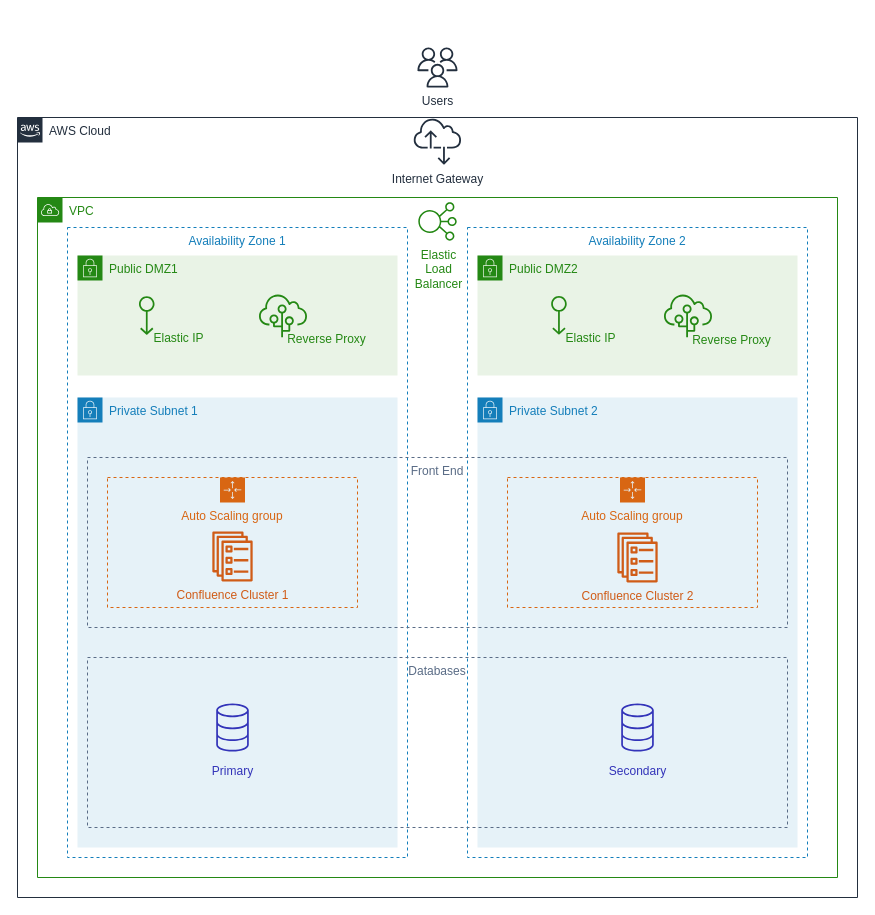
Before: eCritic.drawio in RamonSerraVasconcelos/eCritic-architecture-diagram, a draw.io diagram. Source tidied: cells renumbered, new cells numbered last; positions are measured from the earlier drawing's top-left corner, leaving out a move shared by most shapes. Both pictures are drawn from the tidied source at 100%, with x=0, y=0 at pixel (17, 47).
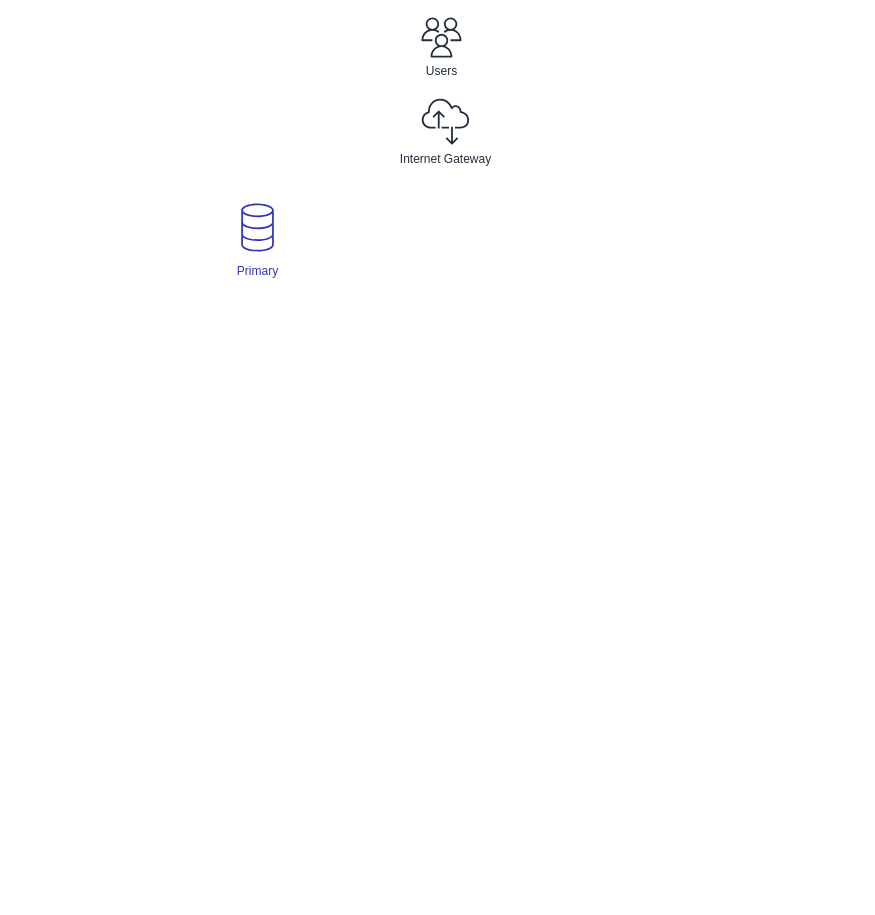
After the change.

What changed in the source:
```diff
@@
-    <mxCell id="2" value="AWS Cloud" style="gradientColor=none;html=1;whiteSpace=wrap;fontSize=12;fontStyle=0;shape=mxgraph.aws4.group;grIcon=mxgraph.aws4.group_aws_cloud_alt;strokeColor=#232F3E;verticalAlign=top;align=left;spacingLeft=30;fontColor=#232F3E;dashed=0;fillColor=none;" parent="1" vertex="1">
-      <mxGeometry y="70" width="840" height="780" as="geometry" />
-    </mxCell>
-    <mxCell id="3" value="VPC" style="gradientColor=none;html=1;whiteSpace=wrap;fontSize=12;fontStyle=0;shape=mxgraph.aws4.group;grIcon=mxgraph.aws4.group_vpc;strokeColor=#248814;fillColor=none;verticalAlign=top;align=left;spacingLeft=30;dashed=0;fontColor=#248814;" parent="1" vertex="1">
-      <mxGeometry x="20" y="150" width="800" height="680" as="geometry" />
-    </mxCell>
-    <mxCell id="4" value="Availability Zone 1" style="strokeColor=#147EBA;dashed=1;verticalAlign=top;fontStyle=0;fontColor=#147EBA;" parent="1" vertex="1">
-      <mxGeometry x="50" y="180" width="340" height="630" as="geometry" />
-    </mxCell>
-    <mxCell id="5" value="Availability Zone 2" style="strokeColor=#147EBA;dashed=1;verticalAlign=top;fontStyle=0;fontColor=#147EBA;" parent="1" vertex="1">
-      <mxGeometry x="450" y="180" width="340" height="630" as="geometry" />
-    </mxCell>
-    <mxCell id="6" value="Public DMZ1" style="gradientColor=none;html=1;whiteSpace=wrap;fontSize=12;fontStyle=0;shape=mxgraph.aws4.group;grIcon=mxgraph.aws4.group_security_group;grStroke=0;strokeColor=#248814;fillColor=#E9F3E6;verticalAlign=top;align=left;spacingLeft=30;fontColor=#248814;dashed=0;" parent="1" vertex="1">
-      <mxGeometry x="60" y="208" width="320" height="120" as="geometry" />
-    </mxCell>
-    <mxCell id="7" value="Public DMZ2" style="gradientColor=none;html=1;whiteSpace=wrap;fontSize=12;fontStyle=0;shape=mxgraph.aws4.group;grIcon=mxgraph.aws4.group_security_group;grStroke=0;strokeColor=#248814;fillColor=#E9F3E6;verticalAlign=top;align=left;spacingLeft=30;fontColor=#248814;dashed=0;" parent="1" vertex="1">
-      <mxGeometry x="460" y="208" width="320" height="120" as="geometry" />
-    </mxCell>
-    <mxCell id="8" value="Private Subnet 1" style="gradientColor=none;html=1;whiteSpace=wrap;fontSize=12;fontStyle=0;shape=mxgraph.aws4.group;grIcon=mxgraph.aws4.group_security_group;grStroke=0;strokeColor=#147EBA;fillColor=#E6F2F8;verticalAlign=top;align=left;spacingLeft=30;fontColor=#147EBA;dashed=0;" parent="1" vertex="1">
-      <mxGeometry x="60" y="350" width="320" height="450" as="geometry" />
-    </mxCell>
-    <mxCell id="9" value="Private Subnet 2" style="gradientColor=none;html=1;whiteSpace=wrap;fontSize=12;fontStyle=0;shape=mxgraph.aws4.group;grIcon=mxgraph.aws4.group_security_group;grStroke=0;strokeColor=#147EBA;fillColor=#E6F2F8;verticalAlign=top;align=left;spacingLeft=30;fontColor=#147EBA;dashed=0;" parent="1" vertex="1">
-      <mxGeometry x="460" y="350" width="320" height="450" as="geometry" />
-    </mxCell>
-    <mxCell id="10" value="Auto Scaling group" style="gradientColor=none;html=1;whiteSpace=wrap;fontSize=12;fontStyle=0;shape=mxgraph.aws4.groupCenter;grIcon=mxgraph.aws4.group_auto_scaling_group;grStroke=1;strokeColor=#D86613;fillColor=none;verticalAlign=top;align=center;fontColor=#D86613;dashed=1;spacingTop=25;" parent="1" vertex="1">
-      <mxGeometry x="90" y="430" width="250" height="130" as="geometry" />
-    </mxCell>
-    <mxCell id="11" value="Elastic&lt;br&gt;Load&lt;br&gt;Balancer" style="strokeColor=#248814;dashed=0;verticalLabelPosition=bottom;verticalAlign=middle;align=center;html=1;fontSize=12;fontStyle=0;shape=mxgraph.aws4.resourceIcon;resIcon=mxgraph.aws4.elastic_load_balancing;fillColor=none;spacingLeft=2;fontColor=#248814;textDirection=ltr;" parent="1" vertex="1">
-      <mxGeometry x="396" y="150" width="48" height="48" as="geometry" />
-    </mxCell>
-    <mxCell id="12" value="Confluence Cluster 1" style="gradientColor=none;fillColor=#D05C17;strokeColor=none;dashed=0;verticalLabelPosition=bottom;verticalAlign=top;align=center;html=1;fontSize=12;fontStyle=0;shape=mxgraph.aws4.ecs_service;fontColor=#D05C17;" parent="1" vertex="1">
-      <mxGeometry x="194.5" y="484" width="41" height="50" as="geometry" />
-    </mxCell>
-    <mxCell id="13" value="Confluence Cluster 2" style="gradientColor=none;fillColor=#D05C17;strokeColor=none;dashed=0;verticalLabelPosition=bottom;verticalAlign=top;align=center;html=1;fontSize=12;fontStyle=0;shape=mxgraph.aws4.ecs_service;fontColor=#D05C17;" parent="1" vertex="1">
-      <mxGeometry x="599.5" y="485" width="41" height="50" as="geometry" />
-    </mxCell>
     <mxCell id="14" value="Internet Gateway" style="fontColor=#232F3E;gradientColor=none;fillColor=#232F3E;strokeColor=none;dashed=0;verticalLabelPosition=bottom;verticalAlign=top;align=center;html=1;fontSize=12;fontStyle=0;shape=mxgraph.aws4.internet_alt2;" parent="1" vertex="1">
-      <mxGeometry x="396" y="70" width="48" height="48" as="geometry" />
+      <mxGeometry x="404" y="50" width="48" height="48" as="geometry" />
     </mxCell>
     <mxCell id="15" value="Users" style="fontColor=#232F3E;gradientColor=none;fillColor=#232F3E;strokeColor=none;dashed=0;verticalLabelPosition=bottom;verticalAlign=top;align=center;html=1;fontSize=12;fontStyle=0;shape=mxgraph.aws4.users;" parent="1" vertex="1">
-      <mxGeometry x="400" width="40" height="40" as="geometry" />
+      <mxGeometry x="404" y="-30" width="40" height="40" as="geometry" />
     </mxCell>
-    <mxCell id="16" value="Elastic IP" style="gradientColor=none;strokeColor=#248814;dashed=0;verticalLabelPosition=bottom;verticalAlign=middle;align=center;html=1;fontSize=12;fontStyle=0;shape=mxgraph.aws4.elastic_ip_address;rotation=90;spacingLeft=30;fillColor=#248814;fontColor=#248814;horizontal=0;labelPosition=center;spacingTop=46;" parent="1" vertex="1">
-      <mxGeometry x="110" y="259.9" width="38.5" height="16.3" as="geometry" />
-    </mxCell>
-    <mxCell id="17" value="Reverse Proxy" style="gradientColor=none;strokeColor=#248814;dashed=0;verticalLabelPosition=bottom;verticalAlign=top;align=center;html=1;fontSize=12;fontStyle=0;shape=mxgraph.aws4.resourceIcon;resIcon=mxgraph.aws4.elastic_beanstalk;spacingLeft=86;fillColor=none;fontColor=#248814;horizontal=1;labelPosition=center;spacingBottom=-6;spacingTop=-20;" parent="1" vertex="1">
-      <mxGeometry x="235.5" y="237.9" width="60" height="60" as="geometry" />
-    </mxCell>
-    <mxCell id="18" value="Elastic IP" style="gradientColor=none;strokeColor=#248814;dashed=0;verticalLabelPosition=bottom;verticalAlign=middle;align=center;html=1;fontSize=12;fontStyle=0;shape=mxgraph.aws4.elastic_ip_address;rotation=90;spacingLeft=30;fillColor=#248814;fontColor=#248814;horizontal=0;labelPosition=center;spacingTop=46;" parent="1" vertex="1">
-      <mxGeometry x="522.2" y="259.7" width="38.5" height="16.3" as="geometry" />
-    </mxCell>
-    <mxCell id="19" value="Reverse Proxy" style="gradientColor=none;strokeColor=#248814;dashed=0;verticalLabelPosition=bottom;verticalAlign=top;align=center;html=1;fontSize=12;fontStyle=0;shape=mxgraph.aws4.resourceIcon;resIcon=mxgraph.aws4.elastic_beanstalk;spacingLeft=86;fillColor=none;fontColor=#248814;horizontal=1;labelPosition=center;spacingBottom=-6;spacingTop=-19;" parent="1" vertex="1">
-      <mxGeometry x="640.5" y="237.9" width="60" height="60" as="geometry" />
-    </mxCell>
     <mxCell id="20" value="Primary" style="gradientColor=none;dashed=0;verticalLabelPosition=bottom;verticalAlign=top;align=center;html=1;fontSize=12;fontStyle=0;shape=mxgraph.aws4.resourceIcon;resIcon=mxgraph.aws4.database;fillColor=none;strokeColor=#3334B9;fontColor=#3334B9;" parent="1" vertex="1">
-      <mxGeometry x="185" y="650" width="60" height="60" as="geometry" />
+      <mxGeometry x="210" y="150" width="60" height="60" as="geometry" />
     </mxCell>
-    <mxCell id="21" value="Secondary" style="gradientColor=none;dashed=0;verticalLabelPosition=bottom;verticalAlign=top;align=center;html=1;fontSize=12;fontStyle=0;shape=mxgraph.aws4.resourceIcon;resIcon=mxgraph.aws4.database;fillColor=none;strokeColor=#3334B9;fontColor=#3334B9;" parent="1" vertex="1">
-      <mxGeometry x="590" y="650" width="60" height="60" as="geometry" />
-    </mxCell>
-    <mxCell id="22" value="Databases" style="fillColor=none;strokeColor=#5A6C86;dashed=1;verticalAlign=top;fontStyle=0;fontColor=#5A6C86;" parent="1" vertex="1">
-      <mxGeometry x="70" y="610" width="700" height="170" as="geometry" />
-    </mxCell>
-    <mxCell id="23" value="Front End" style="fillColor=none;strokeColor=#5A6C86;dashed=1;verticalAlign=top;fontStyle=0;fontColor=#5A6C86;" parent="1" vertex="1">
-      <mxGeometry x="70" y="410" width="700" height="170" as="geometry" />
-    </mxCell>
-    <mxCell id="24" value="Auto Scaling group" style="gradientColor=none;html=1;whiteSpace=wrap;fontSize=12;fontStyle=0;shape=mxgraph.aws4.groupCenter;grIcon=mxgraph.aws4.group_auto_scaling_group;grStroke=1;strokeColor=#D86613;fillColor=none;verticalAlign=top;align=center;fontColor=#D86613;dashed=1;spacingTop=25;" parent="1" vertex="1">
-      <mxGeometry x="490" y="430" width="250" height="130" as="geometry" />
-    </mxCell>
```
